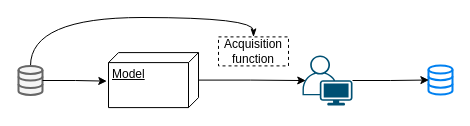
DingDongZz/typera_PicGO keeps this draw.io diagram as DrawIO_file/流程图/主动学习流程图.drawio. Above is the earlier version. Source tidied: cells renumbered, new cells numbered last; positions are measured from the earlier drawing's top-left corner, leaving out a move shared by most shapes. Both pictures are drawn from the tidied source at 100%, with x=0, y=0 at pixel (18, 17).
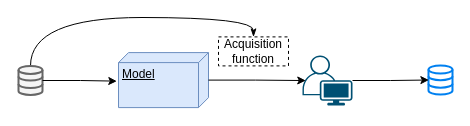
The same page after the edit.

Commit message (it also covers changes not shown here):
更新主动学习流程图.drawio

Diff of the diagram source:
```diff
@@
 <mxGraphModel>
   <root>
     <mxCell id="0" />
     <mxCell id="1" parent="0" />
     <mxCell id="2" style="edgeStyle=orthogonalEdgeStyle;rounded=0;jettySize=auto;html=1;entryX=0.5;entryY=0;entryDx=0;entryDy=0;curved=1;endArrow=classicThin;endFill=1;" parent="1" edge="1" source="3" target="10">
       <mxGeometry relative="1" as="geometry">
         <Array as="points">
           <mxPoint x="12" />
           <mxPoint x="235" />
         </Array>
       </mxGeometry>
     </mxCell>
     <mxCell id="3" style="html=1;verticalLabelPosition=bottom;align=center;labelBackgroundColor=#ffffff;verticalAlign=top;strokeWidth=2;shadow=0;dashed=0;shape=mxgraph.ios7.icons.data;fillColor=#f5f5f5;fontColor=#333333;strokeColor=#666666;" parent="1" vertex="1">
       <mxGeometry y="48.4" width="24" height="29.1" as="geometry" />
     </mxCell>
     <mxCell id="4" style="html=1;verticalLabelPosition=bottom;align=center;labelBackgroundColor=#ffffff;verticalAlign=top;strokeWidth=2;strokeColor=#0080F0;shadow=0;dashed=0;shape=mxgraph.ios7.icons.data;" parent="1" vertex="1">
       <mxGeometry x="410" y="48" width="24" height="29.1" as="geometry" />
     </mxCell>
     <mxCell id="5" style="points=[[0.35,0,0],[0.98,0.51,0],[1,0.71,0],[0.67,1,0],[0,0.795,0],[0,0.65,0]];verticalLabelPosition=bottom;sketch=0;html=1;verticalAlign=top;align=center;shape=mxgraph.cisco19.user;fillColor=#005073;strokeColor=none;" parent="1" vertex="1">
       <mxGeometry x="284" y="38" width="50" height="50" as="geometry" />
     </mxCell>
-    <mxCell id="6" value="Model" style="verticalAlign=top;align=left;spacingTop=8;spacingLeft=2;spacingRight=12;shape=cube;size=10;direction=south;fontStyle=4;html=1;whiteSpace=wrap;" parent="1" vertex="1">
-      <mxGeometry x="90" y="35.1" width="90" height="55" as="geometry" />
+    <mxCell id="6" value="Model" style="verticalAlign=top;align=left;spacingTop=8;spacingLeft=2;spacingRight=12;shape=cube;size=10;direction=south;fontStyle=4;html=1;whiteSpace=wrap;fillColor=#dae8fc;strokeColor=#6c8ebf;" parent="1" vertex="1">
+      <mxGeometry x="100" y="35.1" width="90" height="55" as="geometry" />
     </mxCell>
     <mxCell id="7" style="edgeStyle=orthogonalEdgeStyle;rounded=0;jettySize=auto;html=1;entryX=0.519;entryY=1.019;entryDx=0;entryDy=0;entryPerimeter=0;" parent="1" edge="1" source="3" target="6">
       <mxGeometry relative="1" as="geometry" />
     </mxCell>
     <mxCell id="8" style="edgeStyle=orthogonalEdgeStyle;rounded=0;jettySize=auto;html=1;entryX=0.065;entryY=0.501;entryDx=0;entryDy=0;entryPerimeter=0;" parent="1" edge="1" source="6" target="5">
       <mxGeometry relative="1" as="geometry" />
     </mxCell>
     <mxCell id="9" style="edgeStyle=orthogonalEdgeStyle;rounded=0;jettySize=auto;html=1;entryX=0.016;entryY=0.499;entryDx=0;entryDy=0;entryPerimeter=0;" parent="1" edge="1" source="5" target="4">
       <mxGeometry relative="1" as="geometry" />
     </mxCell>
     <mxCell id="10" value="Acquisition&lt;div&gt;function&lt;/div&gt;" style="rounded=0;whiteSpace=wrap;html=1;dashed=1;" parent="1" vertex="1">
       <mxGeometry x="200" y="19.4" width="70" height="29" as="geometry" />
     </mxCell>
   </root>
 </mxGraphModel>
```
